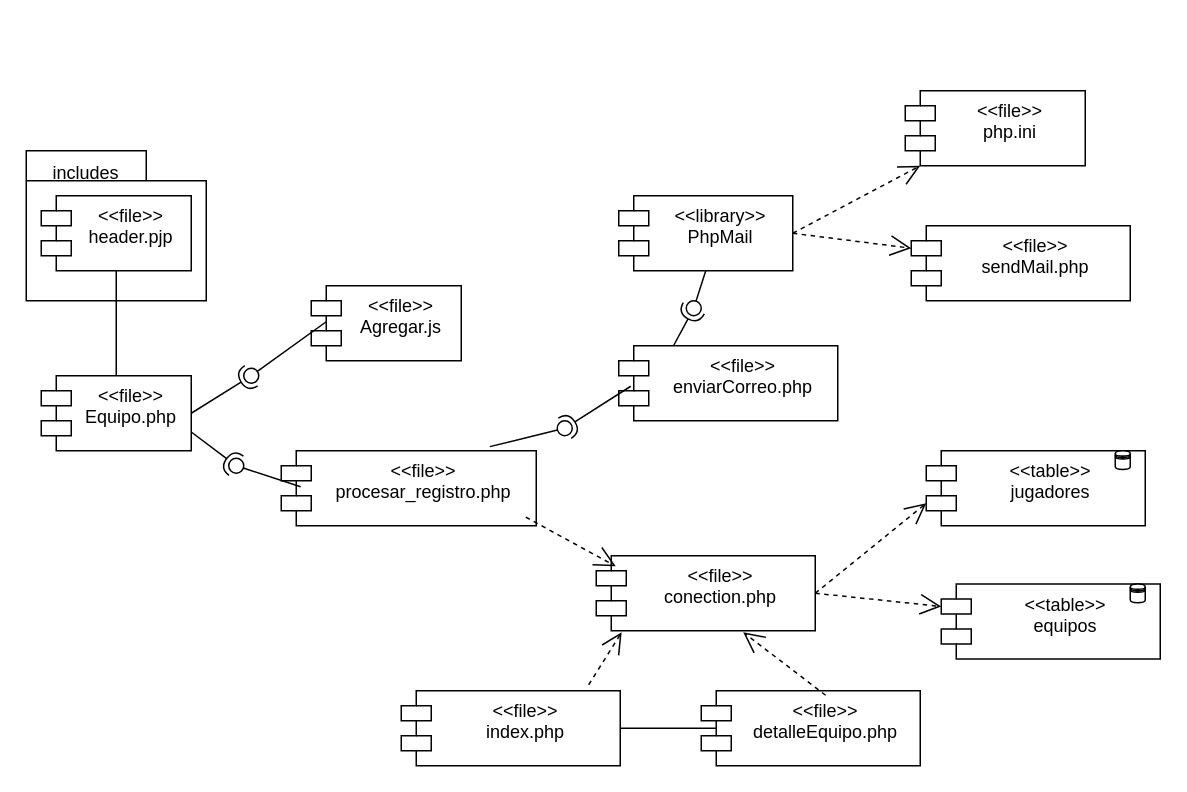
Before: Diagramas/Inventario/Back-end/CompoR1.drawio in JorgeADnro/Torres, a draw.io diagram. Source tidied: cells renumbered, new cells numbered last; positions are measured from the earlier drawing's top-left corner, leaving out a move shared by most shapes. Both pictures are drawn from the tidied source at 150%, with x=0, y=0 at pixel (26, 90).
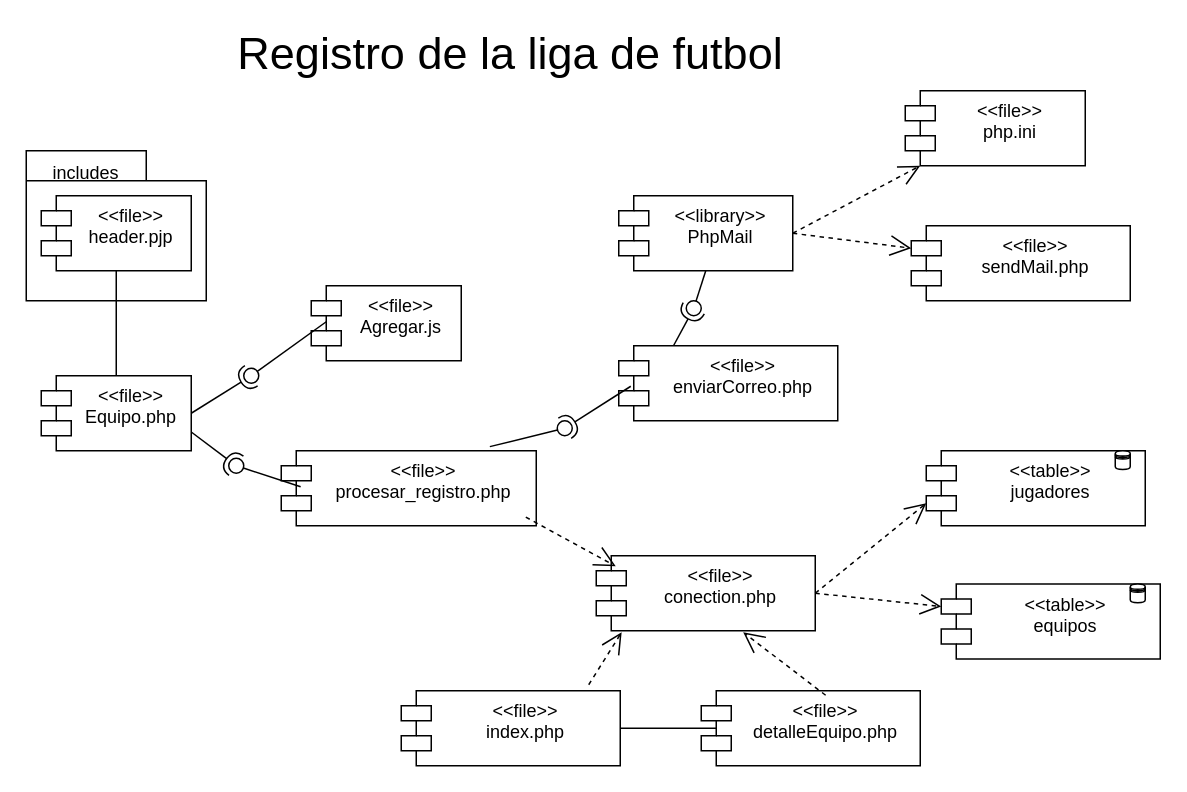
The same diagram, later.

What changed in the source:
```diff
@@
+    <mxCell id="40" value="&lt;font style=&quot;vertical-align: inherit; font-size: 30px;&quot;&gt;&lt;font style=&quot;vertical-align: inherit; font-size: 30px;&quot;&gt;&lt;font style=&quot;vertical-align: inherit; font-size: 30px;&quot;&gt;&lt;font style=&quot;vertical-align: inherit; font-size: 30px;&quot;&gt;Registro de la liga de futbol&lt;/font&gt;&lt;/font&gt;&lt;/font&gt;&lt;/font&gt;" style="text;html=1;strokeColor=none;fillColor=none;align=center;verticalAlign=middle;whiteSpace=wrap;rounded=0;" parent="1" vertex="1">
+      <mxGeometry x="128" y="-40" width="390" height="30" as="geometry" />
+    </mxCell>
```
